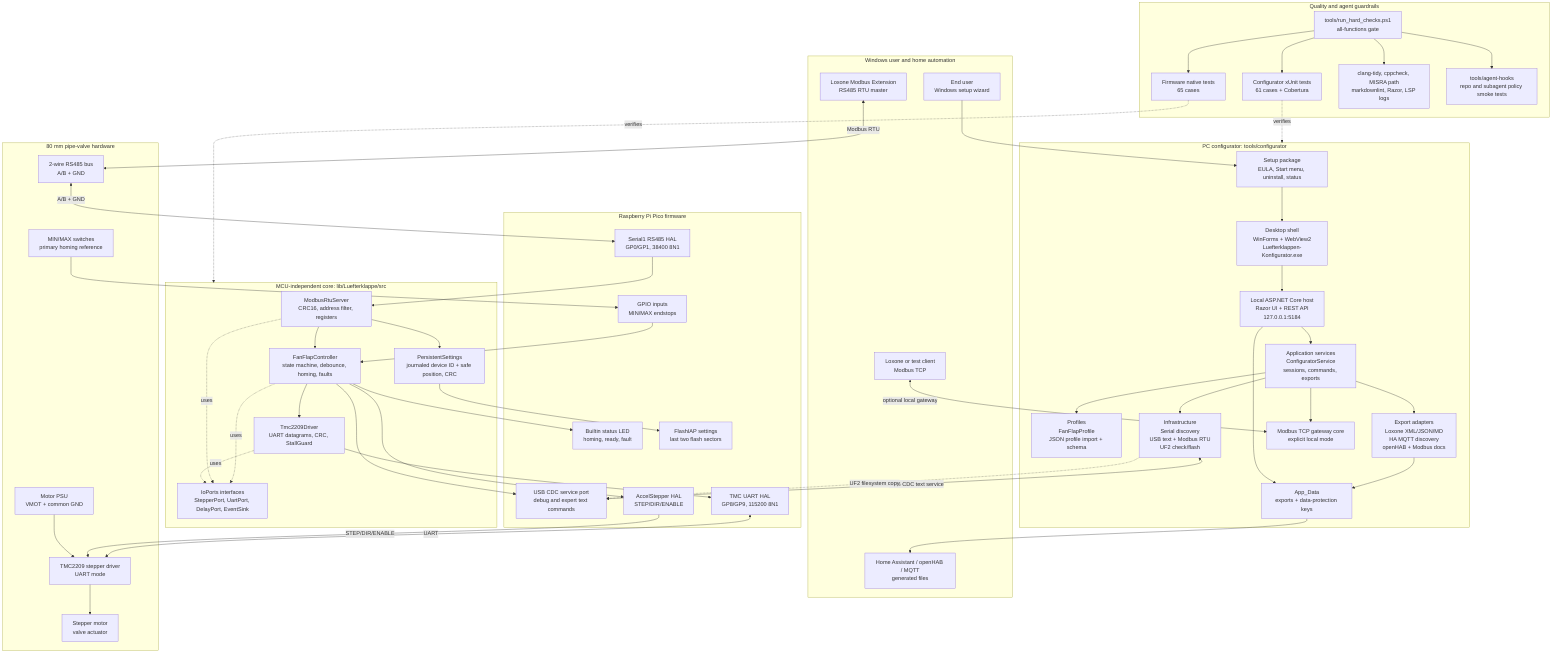
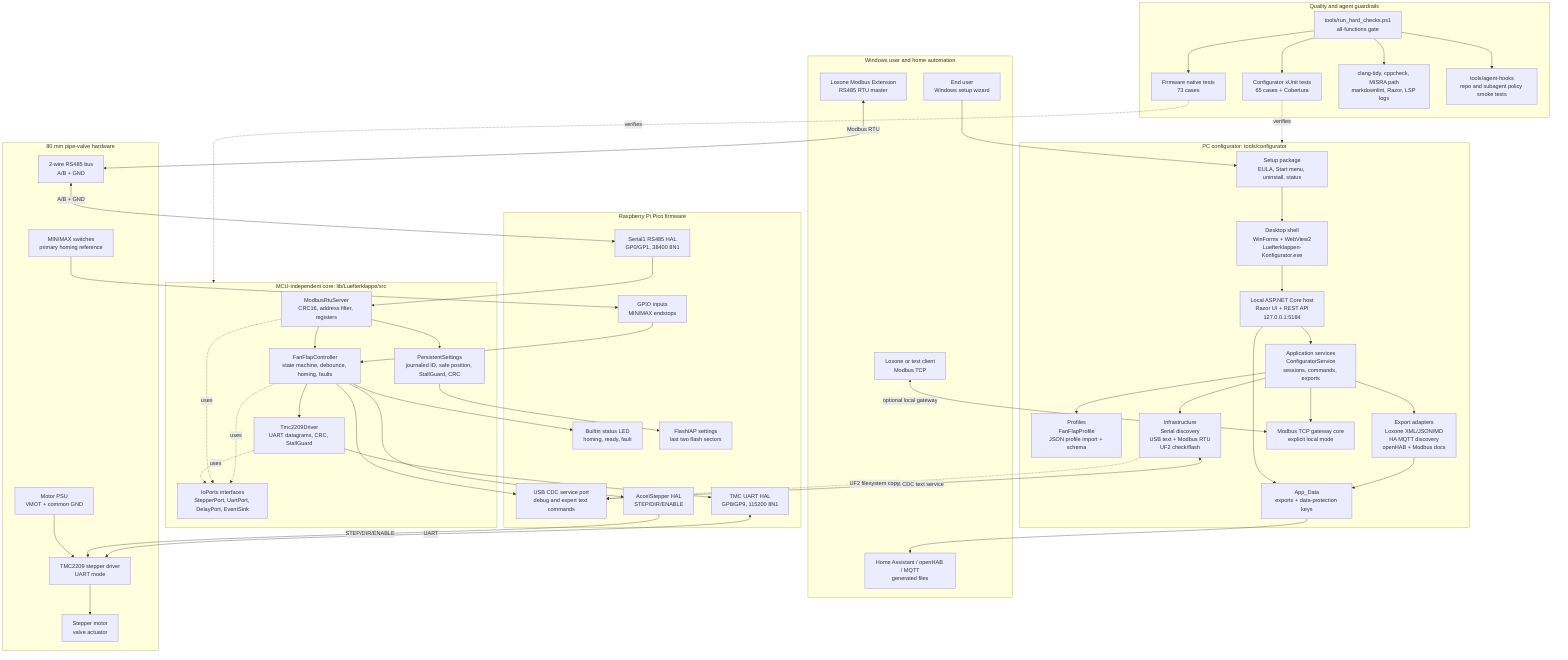
flowchart TB
  subgraph Home["Windows user and home automation"]
    User["End user<br/>Windows setup wizard"]
    LoxoneRtu["Loxone Modbus Extension<br/>RS485 RTU master"]
    LoxoneTcp["Loxone or test client<br/>Modbus TCP"]
    HomeExports["Home Assistant / openHAB / MQTT<br/>generated files"]
  end

  subgraph Configurator["PC configurator: tools/configurator"]
    Installer["Setup package<br/>EULA, Start menu, uninstall, status"]
    Desktop["Desktop shell<br/>WinForms + WebView2<br/>Luefterklappen-Konfigurator.exe"]
    Host["Local ASP.NET Core host<br/>Razor UI + REST API<br/>127.0.0.1:5184"]
    App["Application services<br/>ConfiguratorService<br/>sessions, commands, exports"]
    Profiles["Profiles<br/>FanFlapProfile<br/>JSON profile import + schema"]
    Adapters["Export adapters<br/>Loxone XML/JSON/MD<br/>HA MQTT discovery<br/>openHAB + Modbus docs"]
    Infra["Infrastructure<br/>Serial discovery<br/>USB text + Modbus RTU<br/>UF2 check/flash"]
    TcpGateway["Modbus TCP gateway core<br/>explicit local mode"]
    AppData["App_Data<br/>exports + data-protection keys"]
  end

  subgraph Firmware["Raspberry Pi Pico firmware"]
    Usb["USB CDC service port<br/>debug and expert text commands"]
    Rs485Hal["Serial1 RS485 HAL<br/>GP0/GP1, 38400 8N1"]
    TmcHal["TMC UART HAL<br/>GP8/GP9, 115200 8N1"]
    StepperHal["AccelStepper HAL<br/>STEP/DIR/ENABLE"]
    InputHal["GPIO inputs<br/>MIN/MAX endstops"]
    LedHal["Builtin status LED<br/>homing, ready, fault"]
    FlashHal["FlashIAP settings<br/>last two flash sectors"]
  end

  subgraph Core["MCU-independent core: lib/Luefterklappe/src"]
    Controller["FanFlapController<br/>state machine, debounce, homing, faults"]
    Modbus["ModbusRtuServer<br/>CRC16, address filter, registers"]
    Tmc["Tmc2209Driver<br/>UART datagrams, CRC, StallGuard"]
-     Settings["PersistentSettings<br/>journaled device ID + safe position, CRC"]
+     Settings["PersistentSettings<br/>journaled ID, safe position, StallGuard, CRC"]
    Ports["IoPorts interfaces<br/>StepperPort, UartPort, DelayPort, EventSink"]
  end

  subgraph Hardware["80 mm pipe-valve hardware"]
    Rs485Bus["2-wire RS485 bus<br/>A/B + GND"]
    Driver["TMC2209 stepper driver<br/>UART mode"]
    Motor["Stepper motor<br/>valve actuator"]
    MinMax["MIN/MAX switches<br/>primary homing reference"]
    Psu["Motor PSU<br/>VMOT + common GND"]
  end

  subgraph Quality["Quality and agent guardrails"]
    HardGate["tools/run_hard_checks.ps1<br/>all-functions gate"]
-     FirmwareTests["Firmware native tests<br/>65 cases"]
-     ConfigTests["Configurator xUnit tests<br/>61 cases + Cobertura"]
+     FirmwareTests["Firmware native tests<br/>73 cases"]
+     ConfigTests["Configurator xUnit tests<br/>65 cases + Cobertura"]
    StaticChecks["clang-tidy, cppcheck, MISRA path<br/>markdownlint, Razor, LSP logs"]
    AgentHooks["tools/agent-hooks<br/>repo and subagent policy smoke tests"]
  end

  User --> Installer
  Installer --> Desktop
  Desktop --> Host
  Host --> App
  App --> Profiles
  App --> Adapters
  App --> Infra
  App --> TcpGateway
  Adapters --> AppData
  Host --> AppData
  AppData --> HomeExports
  LoxoneTcp <-->|"optional local gateway"| TcpGateway
  Infra <-->|"USB CDC text service"| Usb
  Infra -. "UF2 filesystem copy" .-> Usb

  LoxoneRtu <-->|"Modbus RTU"| Rs485Bus
  Rs485Bus <-->|"A/B + GND"| Rs485Hal
  Rs485Hal --> Modbus
  Modbus --> Controller
  Modbus --> Settings
  Settings --> FlashHal
  Controller --> StepperHal
  Controller --> Tmc
  Controller --> LedHal
  Tmc --> TmcHal
  TmcHal <-->|"UART"| Driver
  StepperHal -->|"STEP/DIR/ENABLE"| Driver
  Driver --> Motor
  Psu --> Driver
  MinMax --> InputHal
  InputHal --> Controller
  Controller --> Usb
  Controller -. uses .-> Ports
  Modbus -. uses .-> Ports
  Tmc -. uses .-> Ports

  HardGate --> FirmwareTests
  HardGate --> ConfigTests
  HardGate --> StaticChecks
  HardGate --> AgentHooks
  FirmwareTests -. verifies .-> Core
  ConfigTests -. verifies .-> Configurator
